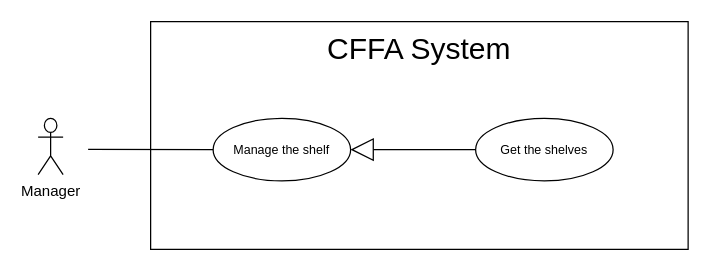
The draw.io diagram page "GetShelves" (1 of 11) of Users/HuuDN/UsecaseDiagram/Manager/Overview.drawio in luannmdev/CapstoneDocument, before the edit. Source tidied: cells renumbered, new cells numbered last; positions are measured from the earlier drawing's top-left corner, leaving out a move shared by most shapes. Both pictures are drawn from the tidied source at 125%, with x=0, y=0 at pixel (38, 21).
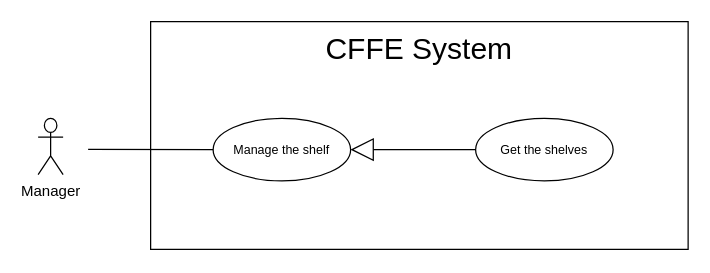
The same page after the edit.

Change to the diagram source:
```diff
@@
 <mxGraphModel>
   <root>
     <mxCell id="0" />
     <mxCell id="1" parent="0" />
     <mxCell id="2" style="rounded=0;whiteSpace=wrap;html=1;" parent="1" vertex="1">
       <mxGeometry x="90" y="-0.2" width="430" height="182.2" as="geometry" />
     </mxCell>
-    <mxCell id="3" value="&lt;span style=&quot;font-size: 24px&quot;&gt;CFFA System&lt;/span&gt;" style="text;html=1;strokeColor=none;fillColor=none;align=center;verticalAlign=middle;whiteSpace=wrap;rounded=0;" parent="1" vertex="1">
+    <mxCell id="3" value="&lt;span style=&quot;font-size: 24px&quot;&gt;CFFE System&lt;/span&gt;" style="text;html=1;strokeColor=none;fillColor=none;align=center;verticalAlign=middle;whiteSpace=wrap;rounded=0;" parent="1" vertex="1">
       <mxGeometry x="140" y="12" width="330" height="20" as="geometry" />
     </mxCell>
     <mxCell id="4" value="Manager" style="shape=umlActor;verticalLabelPosition=bottom;verticalAlign=top;html=1;" parent="1" vertex="1">
       <mxGeometry y="77.2" width="20" height="45" as="geometry" />
     </mxCell>
     <mxCell id="5" value="&lt;font style=&quot;font-size: 10px&quot;&gt;Manage the shelf&lt;br&gt;&lt;/font&gt;" style="ellipse;whiteSpace=wrap;html=1;fillColor=#ffffff;gradientColor=none;" parent="1" vertex="1">
       <mxGeometry x="140" y="77.2" width="110" height="50" as="geometry" />
     </mxCell>
     <mxCell id="6" style="endArrow=none;html=1;rounded=0;exitX=0;exitY=0.5;exitDx=0;exitDy=0;" parent="1" edge="1" source="5">
       <mxGeometry relative="1" as="geometry">
         <mxPoint x="40" y="102" as="targetPoint" />
       </mxGeometry>
     </mxCell>
     <mxCell id="7" style="endArrow=block;endSize=16;endFill=0;html=1;exitX=0;exitY=0.5;exitDx=0;exitDy=0;" parent="1" edge="1" source="8" target="5">
       <mxGeometry relative="1" as="geometry" />
     </mxCell>
     <mxCell id="8" value="&lt;font style=&quot;font-size: 10px&quot;&gt;Get the shelves&lt;br&gt;&lt;/font&gt;" style="ellipse;whiteSpace=wrap;html=1;fillColor=#ffffff;gradientColor=none;" parent="1" vertex="1">
       <mxGeometry x="350" y="77.2" width="110" height="50" as="geometry" />
     </mxCell>
   </root>
 </mxGraphModel>
```
